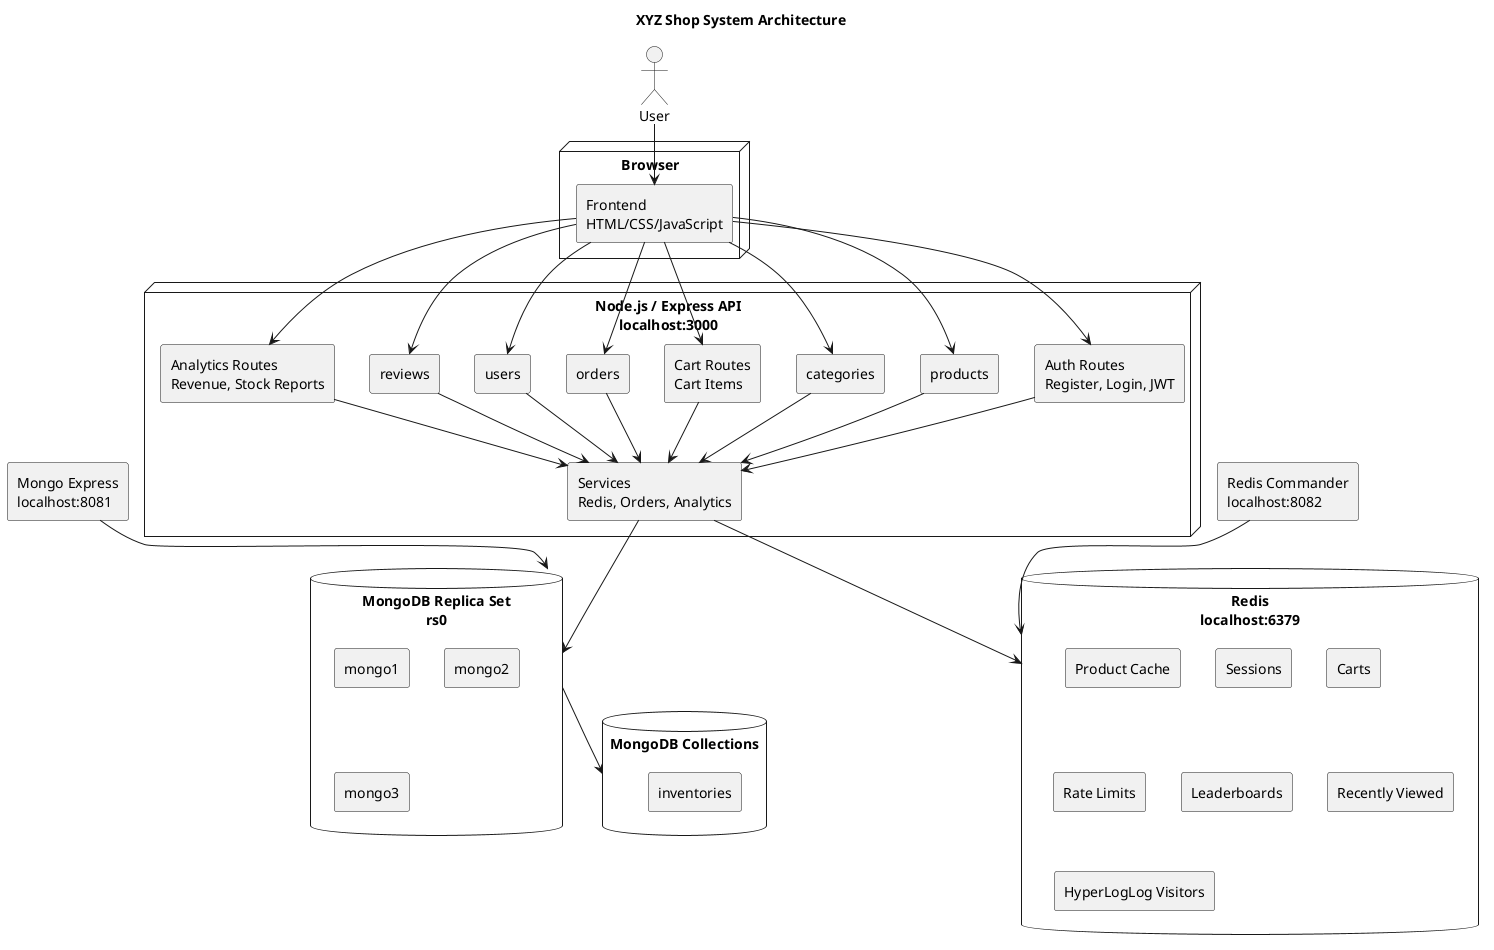
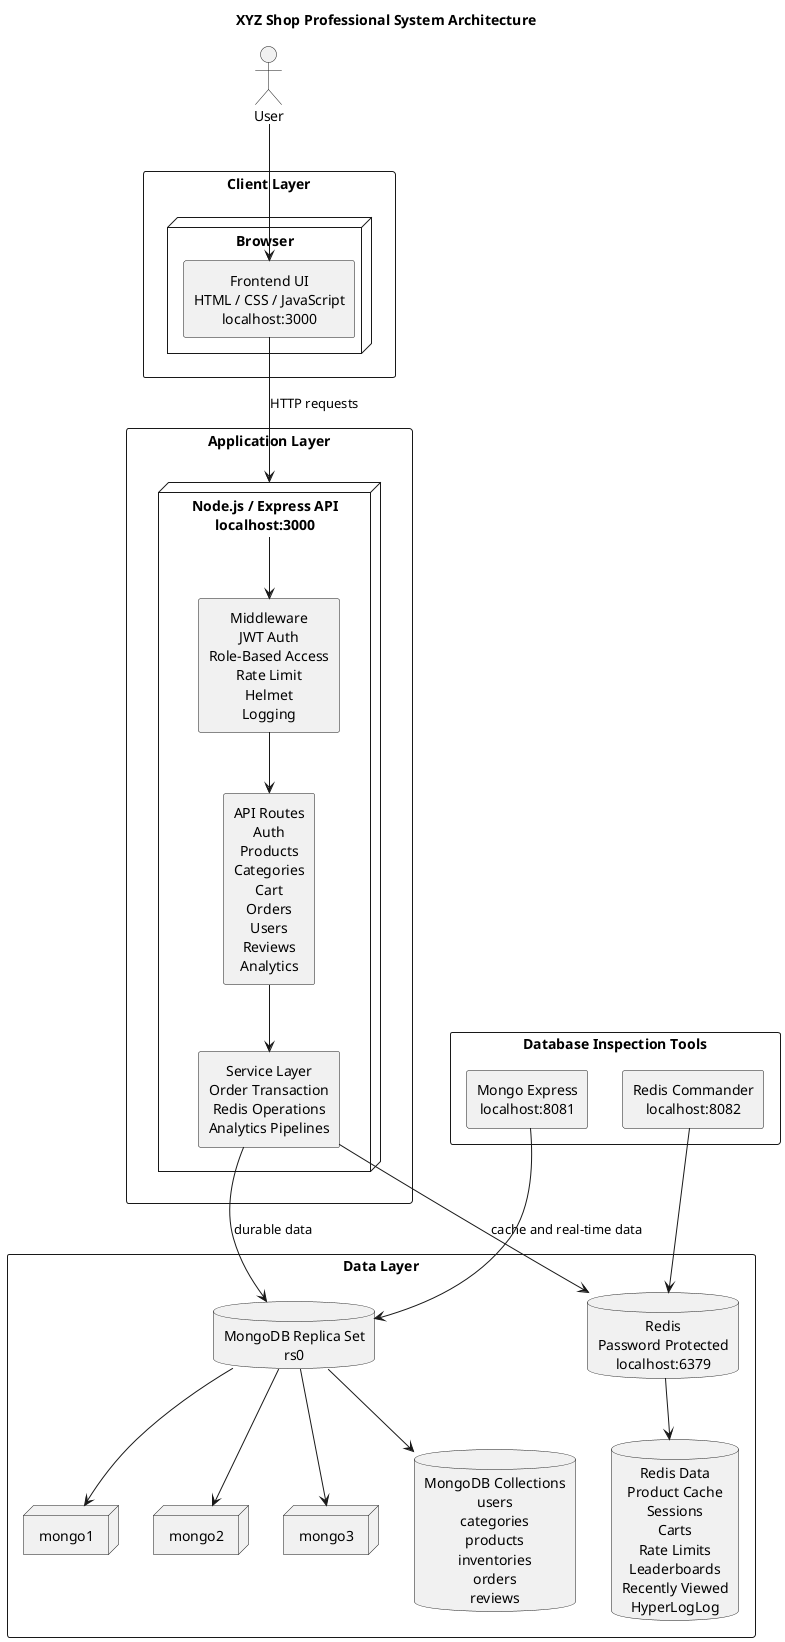
@startuml
- title XYZ Shop System Architecture
+ title XYZ Shop Professional System Architecture

+ skinparam shadowing false
skinparam componentStyle rectangle
- skinparam shadowing false
+ skinparam packageStyle rectangle
skinparam wrapWidth 180
+ skinparam defaultTextAlignment center

actor "User" as user

- node "Browser" {
-   component "Frontend\nHTML/CSS/JavaScript" as frontend
+ package "Client Layer" {
+   node "Browser" as browser {
+     component "Frontend UI\nHTML / CSS / JavaScript\nlocalhost:3000" as frontend
+   }
}

- node "Node.js / Express API\nlocalhost:3000" {
-   component "Auth Routes\nRegister, Login, JWT" as auth
-   component "Product Routes\nCatalogue, Search, Cache" as products
-   component "Category Routes\nCRUD" as categories
-   component "Cart Routes\nCart Items" as cart
-   component "Order Routes\nCheckout Transaction" as orders
-   component "User Routes\nProfile, Wishlist" as users
-   component "Review Routes\nProduct Reviews" as reviews
-   component "Analytics Routes\nRevenue, Stock Reports" as analytics
-   component "Services\nRedis, Orders, Analytics" as services
+ package "Application Layer" {
+   node "Node.js / Express API\nlocalhost:3000" as api {
+     component "Middleware\nJWT Auth\nRole-Based Access\nRate Limit\nHelmet\nLogging" as middleware
+     component "API Routes\nAuth\nProducts\nCategories\nCart\nOrders\nUsers\nReviews\nAnalytics" as routes
+     component "Service Layer\nOrder Transaction\nRedis Operations\nAnalytics Pipelines" as services
+   }
}

- database "MongoDB Replica Set\nrs0" as mongo {
-   component "mongo1" as mongo1
-   component "mongo2" as mongo2
-   component "mongo3" as mongo3
+ package "Data Layer" {
+   database "MongoDB Replica Set\nrs0" as mongo
+   node "mongo1" as mongo1
+   node "mongo2" as mongo2
+   node "mongo3" as mongo3
+ 
+   database "MongoDB Collections\nusers\ncategories\nproducts\ninventories\norders\nreviews" as collections
+ 
+   database "Redis\nPassword Protected\nlocalhost:6379" as redis
+   database "Redis Data\nProduct Cache\nSessions\nCarts\nRate Limits\nLeaderboards\nRecently Viewed\nHyperLogLog" as redisData
}

- database "MongoDB Collections" as collections {
-   component "users"
-   component "categories"
-   component "products"
-   component "inventories"
-   component "orders"
-   component "reviews"
+ package "Database Inspection Tools" {
+   component "Mongo Express\nlocalhost:8081" as mongoExpress
+   component "Redis Commander\nlocalhost:8082" as redisCommander
}

- database "Redis\nlocalhost:6379" as redis {
-   component "Product Cache"
-   component "Sessions"
-   component "Carts"
-   component "Rate Limits"
-   component "Leaderboards"
-   component "Recently Viewed"
-   component "HyperLogLog Visitors"
- }
- 
- component "Mongo Express\nlocalhost:8081" as mongoExpress
- component "Redis Commander\nlocalhost:8082" as redisCommander
- 
user --> frontend
- frontend --> auth
- frontend --> products
- frontend --> categories
- frontend --> cart
- frontend --> orders
- frontend --> users
- frontend --> reviews
- frontend --> analytics
- 
- auth --> services
- products --> services
- categories --> services
- cart --> services
- orders --> services
- users --> services
- reviews --> services
- analytics --> services
- 
- services --> mongo
- services --> redis
+ frontend --> api : HTTP requests
+ api --> middleware
+ middleware --> routes
+ routes --> services
+ services --> mongo : durable data
+ services --> redis : cache and real-time data
+ mongo --> mongo1
+ mongo --> mongo2
+ mongo --> mongo3
mongo --> collections
+ redis --> redisData
mongoExpress --> mongo
redisCommander --> redis

@enduml
